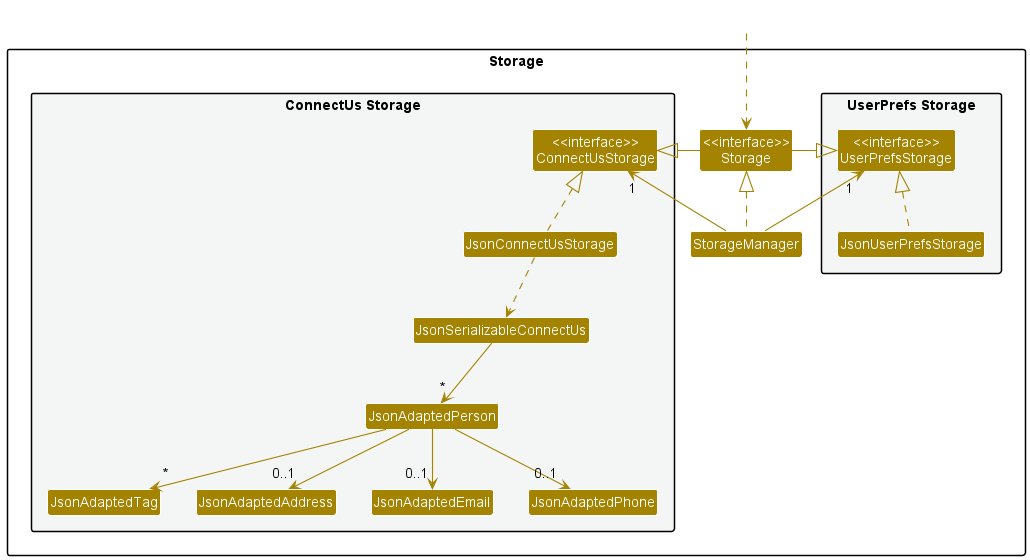
Before: docs/images/StorageClassDiagram.png, a diagram exported from PlantUML (nus-cs2103-AY2223S2/tp).
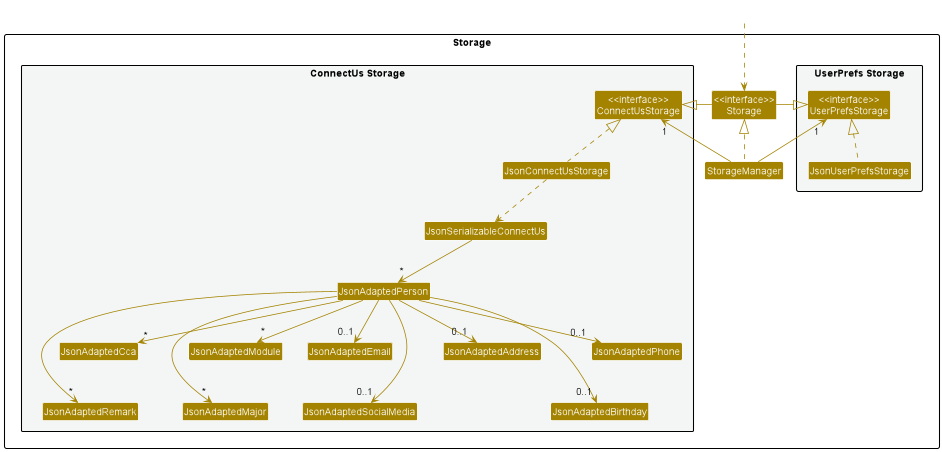
After the change.

Change to the diagram source:
```diff
@@ -19,10 +19,15 @@
 Class JsonConnectUsStorage
 Class JsonSerializableConnectUs
 Class JsonAdaptedPerson
-Class JsonAdaptedTag
+Class JsonAdaptedModule
+Class JsonAdaptedCca
+Class JsonAdaptedMajor
+Class JsonAdaptedRemark
 Class JsonAdaptedAddress
 Class JsonAdaptedEmail
 Class JsonAdaptedPhone
+Class JsonAdaptedBirthday
+Class JsonAdaptedSocialMedia
 }
 
 }
@@ -41,9 +46,23 @@
 JsonConnectUsStorage .up.|> ConnectUsStorage
 JsonConnectUsStorage ..> JsonSerializableConnectUs
 JsonSerializableConnectUs --> "*" JsonAdaptedPerson
+
+JsonAdaptedBirthday -[hidden]up-> JsonAdaptedPhone
+JsonAdaptedSocialMedia -[hidden]up-> JsonAdaptedEmail
+
 JsonAdaptedPerson --> "0..1" JsonAdaptedAddress
 JsonAdaptedPerson --> "0..1" JsonAdaptedEmail
 JsonAdaptedPerson --> "0..1" JsonAdaptedPhone
-JsonAdaptedPerson --> "*" JsonAdaptedTag
+JsonAdaptedPerson --> "0..1" JsonAdaptedBirthday
+JsonAdaptedPerson --> "0..1" JsonAdaptedSocialMedia
+
+
+JsonAdaptedMajor -[hidden]up-> JsonAdaptedModule
+JsonAdaptedRemark -[hidden]up-> JsonAdaptedCca
+
+JsonAdaptedPerson --> "*" JsonAdaptedModule
+JsonAdaptedPerson --> "*" JsonAdaptedCca
+JsonAdaptedPerson --> "*" JsonAdaptedMajor
+JsonAdaptedPerson --> "*" JsonAdaptedRemark
 
 @enduml
```
